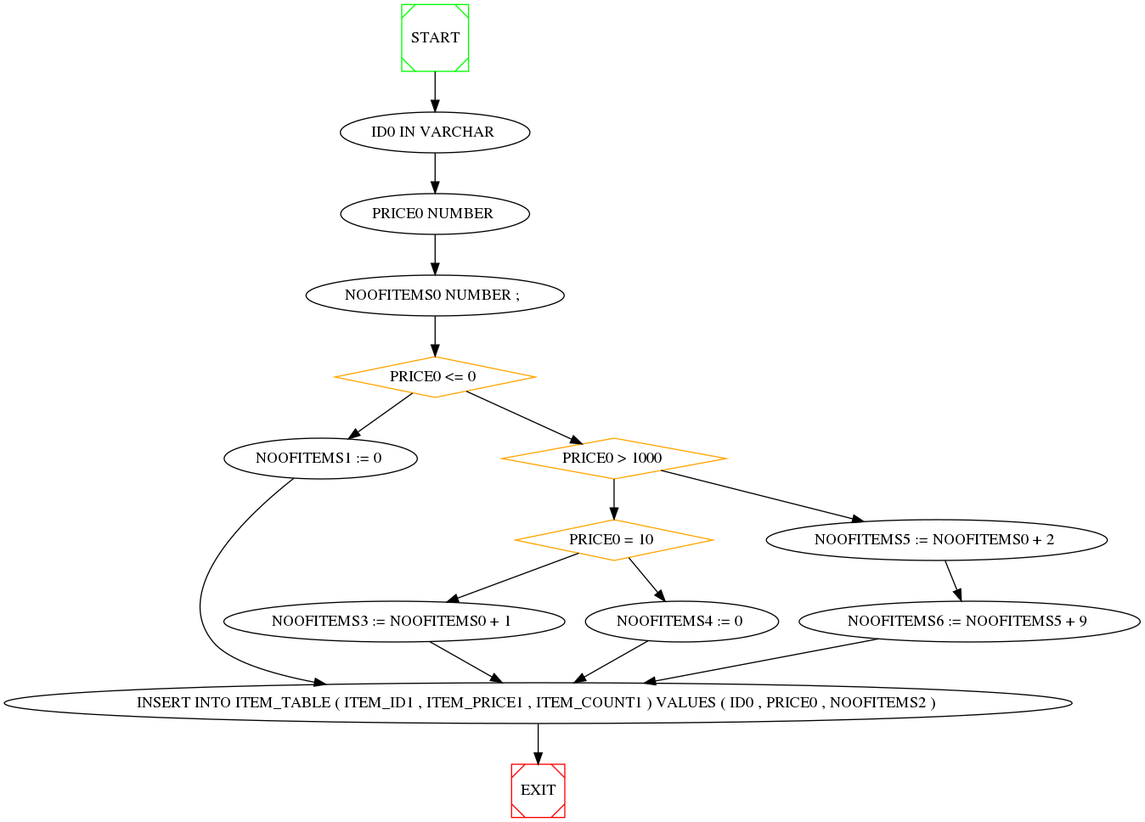
Before: se/versioned_graph.png, a diagram exported from Graphviz (NabeelQaiser/BTP_2k18-19). Its source is kept beside it as se/versioned_graph.dot.
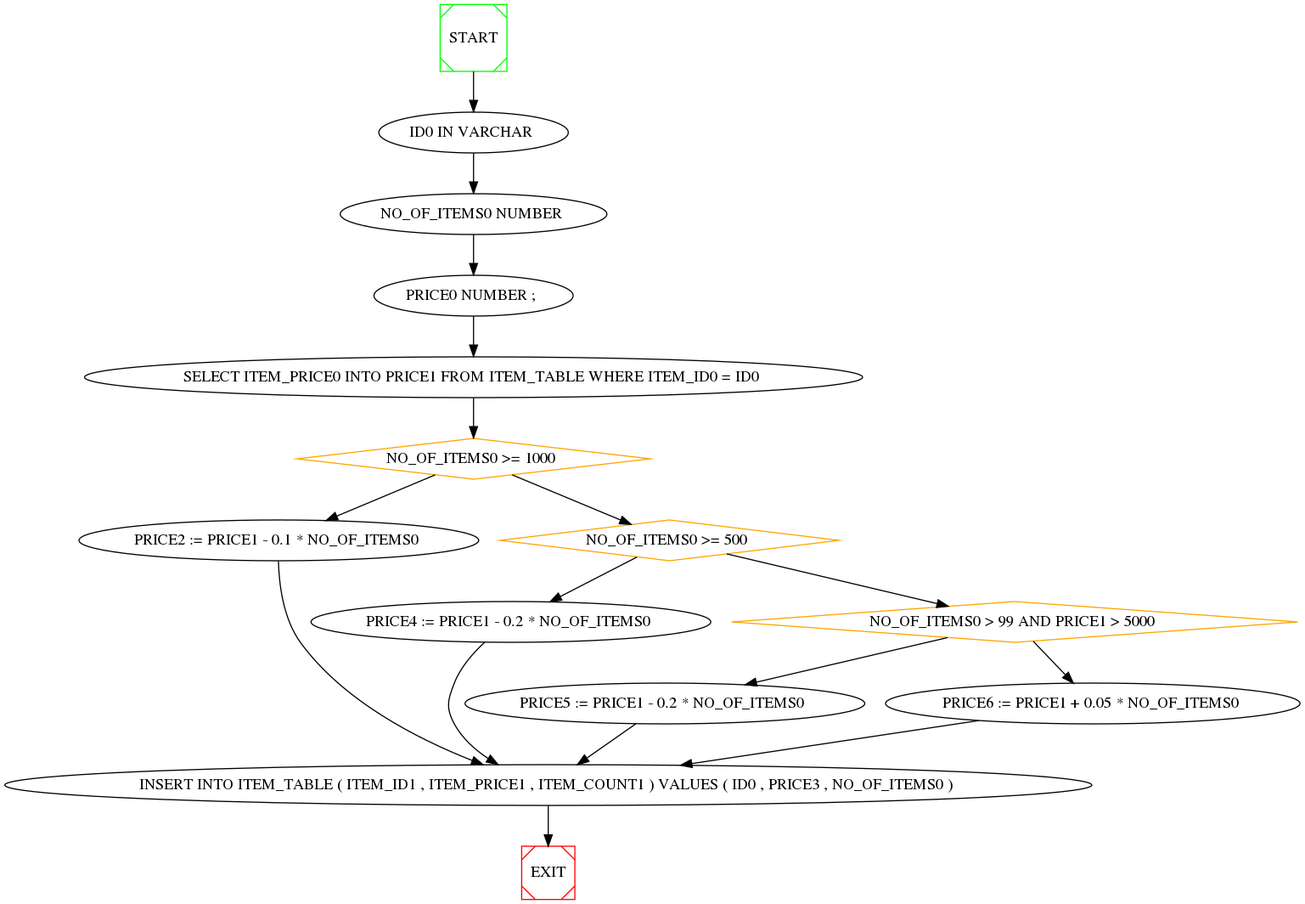
The same diagram one commit later.

Diff of the diagram source:
```diff
@@ -9,50 +9,50 @@
 
 	1 -> 2 ;
 
-	2[ label="PRICE0 NUMBER "  ] ;
+	2[ label="NO_OF_ITEMS0 NUMBER "  ] ;
 
 	2 -> 3 ;
 
-	3[ label="NOOFITEMS0 NUMBER ; "  ] ;
+	3[ label="PRICE0 NUMBER ; "  ] ;
 
 	3 -> 4 ;
 
-	4[ label="PRICE0 <= 0 " , color=orange, shape=diamond ] ;
+	4[ label="SELECT ITEM_PRICE0 INTO PRICE1 FROM ITEM_TABLE WHERE ITEM_ID0 = ID0 "  ] ;
 
 	4 -> 5 ;
-	4 -> 6 ;
 
-	5[ label="NOOFITEMS1 := 0 "  ] ;
+	5[ label="NO_OF_ITEMS0 >= 1000 " , color=orange, shape=diamond ] ;
 
-	5 -> 12 ;
+	5 -> 6 ;
+	5 -> 7 ;
 
-	6[ label="PRICE0 > 1000 " , color=orange, shape=diamond ] ;
+	6[ label="PRICE2 := PRICE1 - 0.1 * NO_OF_ITEMS0 "  ] ;
 
-	6 -> 9 ;
-	6 -> 7 ;
+	6 -> 12 ;
 
-	7[ label="NOOFITEMS5 := NOOFITEMS0 + 2 "  ] ;
+	7[ label="NO_OF_ITEMS0 >= 500 " , color=orange, shape=diamond ] ;
 
 	7 -> 8 ;
+	7 -> 9 ;
 
-	8[ label="NOOFITEMS6 := NOOFITEMS5 + 9 "  ] ;
+	8[ label="PRICE4 := PRICE1 - 0.2 * NO_OF_ITEMS0 "  ] ;
 
 	8 -> 12 ;
 
-	9[ label="PRICE0 = 10 " , color=orange, shape=diamond ] ;
+	9[ label="NO_OF_ITEMS0 > 99 AND PRICE1 > 5000 " , color=orange, shape=diamond ] ;
 
 	9 -> 10 ;
 	9 -> 11 ;
 
-	10[ label="NOOFITEMS3 := NOOFITEMS0 + 1 "  ] ;
+	10[ label="PRICE5 := PRICE1 - 0.2 * NO_OF_ITEMS0 "  ] ;
 
 	10 -> 12 ;
 
-	11[ label="NOOFITEMS4 := 0 "  ] ;
+	11[ label="PRICE6 := PRICE1 + 0.05 * NO_OF_ITEMS0 "  ] ;
 
 	11 -> 12 ;
 
-	12[ label="INSERT INTO ITEM_TABLE ( ITEM_ID1 , ITEM_PRICE1 , ITEM_COUNT1 ) VALUES ( ID0 , PRICE0 , NOOFITEMS2 ) "  ] ;
+	12[ label="INSERT INTO ITEM_TABLE ( ITEM_ID1 , ITEM_PRICE1 , ITEM_COUNT1 ) VALUES ( ID0 , PRICE3 , NO_OF_ITEMS0 ) "  ] ;
 
 	0[ label="START", shape=Msquare, color=green ] ;
 	12 -> EXIT ;EXIT[ shape=Msquare, color=red ] ;
```
